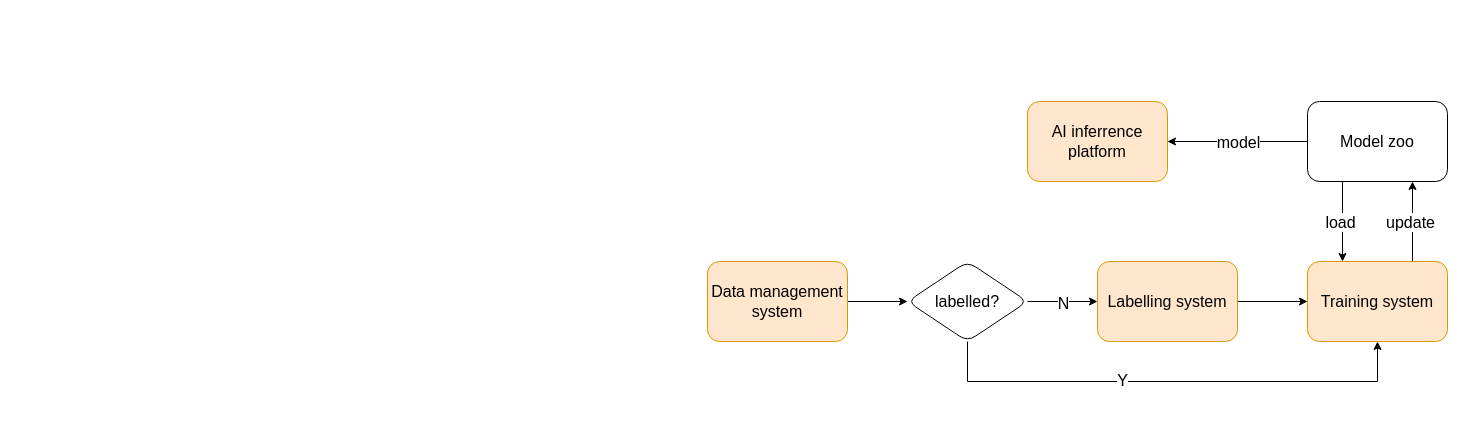
mMikaa00/For_draw_io keeps this draw.io diagram as ADU/perception/AI_iterated_evolution.drawio. Above is the earlier version. Source tidied: cells renumbered, new cells numbered last; positions are measured from the earlier drawing's top-left corner, leaving out a move shared by most shapes. Both pictures are drawn from the tidied source at 100%, with x=0, y=0 at pixel (707, 101).
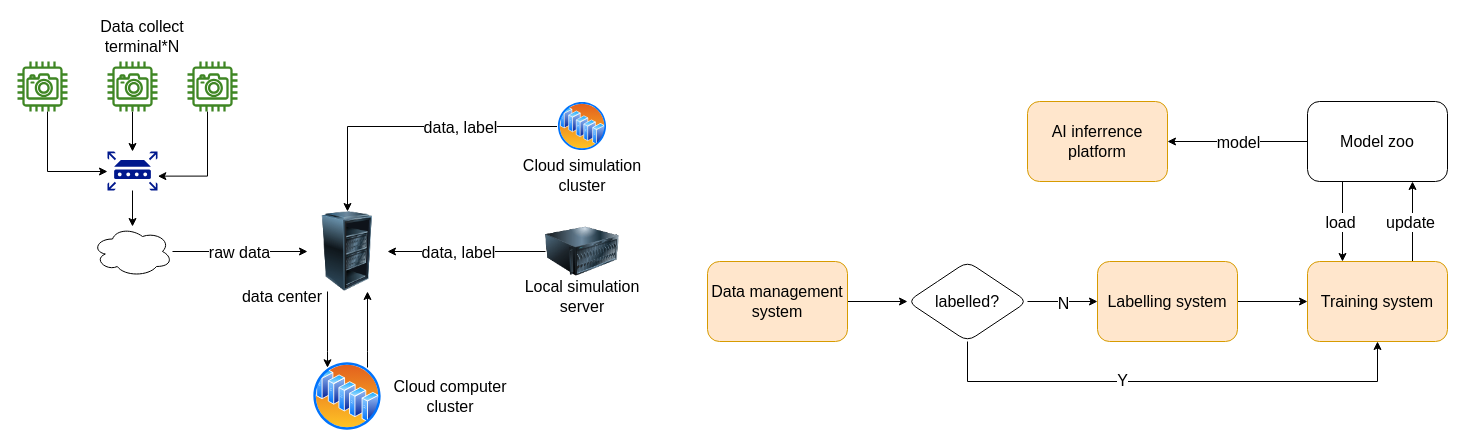
After the change.

Diff of the diagram source:
```diff
@@
+    <mxCell id="20" style="edgeStyle=orthogonalEdgeStyle;rounded=0;jettySize=auto;html=1;entryX=0;entryY=0.513;entryDx=0;entryDy=0;entryPerimeter=0;fontSize=16;" parent="1" edge="1" source="21" target="30">
+      <mxGeometry relative="1" as="geometry">
+        <Array as="points">
+          <mxPoint x="-660" y="70" />
+        </Array>
+      </mxGeometry>
+    </mxCell>
+    <mxCell id="21" style="sketch=0;outlineConnect=0;fontColor=#232F3E;gradientColor=none;fillColor=#3F8624;strokeColor=none;dashed=0;verticalLabelPosition=bottom;verticalAlign=top;align=center;html=1;fontSize=12;fontStyle=0;shape=mxgraph.aws4.camera;" parent="1" vertex="1">
+      <mxGeometry x="-690" y="-40" width="50" height="50" as="geometry" />
+    </mxCell>
+    <mxCell id="22" style="edgeStyle=orthogonalEdgeStyle;rounded=0;jettySize=auto;html=1;fontSize=16;" parent="1" edge="1" source="23" target="30">
+      <mxGeometry relative="1" as="geometry" />
+    </mxCell>
+    <mxCell id="23" style="sketch=0;outlineConnect=0;fontColor=#232F3E;gradientColor=none;fillColor=#3F8624;strokeColor=none;dashed=0;verticalLabelPosition=bottom;verticalAlign=top;align=center;html=1;fontSize=12;fontStyle=0;shape=mxgraph.aws4.camera;" parent="1" vertex="1">
+      <mxGeometry x="-600" y="-40" width="50" height="50" as="geometry" />
+    </mxCell>
+    <mxCell id="24" style="edgeStyle=orthogonalEdgeStyle;rounded=0;jettySize=auto;html=1;entryX=1.007;entryY=0.632;entryDx=0;entryDy=0;entryPerimeter=0;fontSize=16;" parent="1" edge="1" source="25" target="30">
+      <mxGeometry relative="1" as="geometry">
+        <Array as="points">
+          <mxPoint x="-500" y="75" />
+        </Array>
+      </mxGeometry>
+    </mxCell>
+    <mxCell id="25" style="sketch=0;outlineConnect=0;fontColor=#232F3E;gradientColor=none;fillColor=#3F8624;strokeColor=none;dashed=0;verticalLabelPosition=bottom;verticalAlign=top;align=center;html=1;fontSize=12;fontStyle=0;shape=mxgraph.aws4.camera;" parent="1" vertex="1">
+      <mxGeometry x="-520" y="-40" width="50" height="50" as="geometry" />
+    </mxCell>
+    <mxCell id="26" value="Data collect terminal*N" style="text;html=1;strokeColor=none;fillColor=none;align=center;verticalAlign=middle;whiteSpace=wrap;rounded=0;fontSize=16;" parent="1" vertex="1">
+      <mxGeometry x="-630" y="-80" width="130" height="30" as="geometry" />
+    </mxCell>
+    <mxCell id="27" style="edgeStyle=orthogonalEdgeStyle;rounded=0;jettySize=auto;html=1;entryX=0;entryY=0.5;entryDx=0;entryDy=0;fontSize=16;startArrow=none;" parent="1" edge="1" source="33" target="32">
+      <mxGeometry relative="1" as="geometry">
+        <Array as="points">
+          <mxPoint x="-575" y="150" />
+        </Array>
+      </mxGeometry>
+    </mxCell>
+    <mxCell id="28" value="raw data" style="edgeLabel;html=1;align=center;verticalAlign=middle;fontSize=16;" parent="27" vertex="1">
+      <mxGeometry x="-0.22" y="-1" relative="1" as="geometry">
+        <mxPoint x="13" y="-1" as="offset" />
+      </mxGeometry>
+    </mxCell>
+    <mxCell id="29" style="edgeStyle=orthogonalEdgeStyle;rounded=0;jettySize=auto;html=1;fontSize=16;" parent="1" edge="1" source="30" target="33">
+      <mxGeometry relative="1" as="geometry" />
+    </mxCell>
+    <mxCell id="30" style="sketch=0;shadow=0;dashed=0;html=1;strokeColor=none;labelPosition=center;verticalLabelPosition=bottom;verticalAlign=top;align=center;fillColor=#00188D;shape=mxgraph.mscae.enterprise.router;fontSize=16;" parent="1" vertex="1">
+      <mxGeometry x="-600" y="50" width="50" height="39" as="geometry" />
+    </mxCell>
+    <mxCell id="31" style="edgeStyle=orthogonalEdgeStyle;rounded=0;jettySize=auto;html=1;fontSize=16;exitX=0.25;exitY=1;exitDx=0;exitDy=0;" parent="1" edge="1" source="32" target="44">
+      <mxGeometry relative="1" as="geometry">
+        <Array as="points">
+          <mxPoint x="-380" y="250" />
+          <mxPoint x="-380" y="250" />
+        </Array>
+      </mxGeometry>
+    </mxCell>
+    <mxCell id="32" style="image;html=1;image=img/lib/clip_art/computers/Server_Rack_Partial_128x128.png;fontSize=16;" parent="1" vertex="1">
+      <mxGeometry x="-400" y="110" width="80" height="80" as="geometry" />
+    </mxCell>
+    <mxCell id="33" style="ellipse;shape=cloud;whiteSpace=wrap;html=1;fontSize=16;" parent="1" vertex="1">
+      <mxGeometry x="-615" y="125" width="80" height="50" as="geometry" />
+    </mxCell>
+    <mxCell id="34" style="edgeStyle=orthogonalEdgeStyle;rounded=0;jettySize=auto;html=1;fontSize=16;" parent="1" edge="1" source="36" target="32">
+      <mxGeometry relative="1" as="geometry" />
+    </mxCell>
+    <mxCell id="35" value="data, label" style="edgeLabel;html=1;align=center;verticalAlign=middle;fontSize=16;" parent="34" vertex="1">
+      <mxGeometry x="0.2" y="2" relative="1" as="geometry">
+        <mxPoint x="7" y="-2" as="offset" />
+      </mxGeometry>
+    </mxCell>
+    <mxCell id="36" style="image;html=1;image=img/lib/clip_art/computers/Server_128x128.png;fontSize=16;" parent="1" vertex="1">
+      <mxGeometry x="-162" y="120" width="74" height="60" as="geometry" />
+    </mxCell>
+    <mxCell id="37" value="Local simulation server" style="text;html=1;strokeColor=none;fillColor=none;align=center;verticalAlign=middle;whiteSpace=wrap;rounded=0;fontSize=16;" parent="1" vertex="1">
+      <mxGeometry x="-190" y="180" width="130" height="30" as="geometry" />
+    </mxCell>
+    <mxCell id="38" style="edgeStyle=orthogonalEdgeStyle;rounded=0;jettySize=auto;html=1;entryX=0.5;entryY=0;entryDx=0;entryDy=0;fontSize=16;" parent="1" edge="1" source="41" target="32">
+      <mxGeometry relative="1" as="geometry" />
+    </mxCell>
+    <mxCell id="39" style="edgeLabel;html=1;align=center;verticalAlign=middle;fontSize=16;" parent="38" vertex="1">
+      <mxGeometry x="-0.18" y="-2" relative="1" as="geometry" />
+    </mxCell>
+    <mxCell id="40" value="data, label" style="edgeLabel;html=1;align=center;verticalAlign=middle;fontSize=16;" parent="38" vertex="1">
+      <mxGeometry x="-0.11" y="-2" relative="1" as="geometry">
+        <mxPoint x="33" y="2" as="offset" />
+      </mxGeometry>
+    </mxCell>
+    <mxCell id="41" style="perimeter=ellipsePerimeter;html=1;align=center;shadow=0;dashed=0;spacingTop=3;image;image=img/lib/active_directory/server_farm.svg;fontSize=16;" parent="1" vertex="1">
+      <mxGeometry x="-150" width="50" height="50" as="geometry" />
+    </mxCell>
+    <mxCell id="42" value="Cloud simulation cluster" style="text;html=1;strokeColor=none;fillColor=none;align=center;verticalAlign=middle;whiteSpace=wrap;rounded=0;fontSize=16;" parent="1" vertex="1">
+      <mxGeometry x="-190" y="59" width="130" height="30" as="geometry" />
+    </mxCell>
+    <mxCell id="43" style="edgeStyle=orthogonalEdgeStyle;rounded=0;jettySize=auto;html=1;entryX=0.75;entryY=1;entryDx=0;entryDy=0;fontSize=16;" parent="1" edge="1" source="44" target="32">
+      <mxGeometry relative="1" as="geometry">
+        <Array as="points">
+          <mxPoint x="-340" y="250" />
+          <mxPoint x="-340" y="250" />
+        </Array>
+      </mxGeometry>
+    </mxCell>
+    <mxCell id="44" style="perimeter=ellipsePerimeter;html=1;align=center;shadow=0;dashed=0;spacingTop=3;image;image=img/lib/active_directory/server_farm.svg;fontSize=16;" parent="1" vertex="1">
+      <mxGeometry x="-395" y="260" width="70" height="70" as="geometry" />
+    </mxCell>
+    <mxCell id="45" value="Cloud computer cluster" style="text;html=1;strokeColor=none;fillColor=none;align=center;verticalAlign=middle;whiteSpace=wrap;rounded=0;fontSize=16;" parent="1" vertex="1">
+      <mxGeometry x="-322" y="280" width="130" height="30" as="geometry" />
+    </mxCell>
+    <mxCell id="46" value="data center" style="text;html=1;strokeColor=none;fillColor=none;align=center;verticalAlign=middle;whiteSpace=wrap;rounded=0;fontSize=16;" parent="1" vertex="1">
+      <mxGeometry x="-490" y="180" width="130" height="30" as="geometry" />
+    </mxCell>
```
